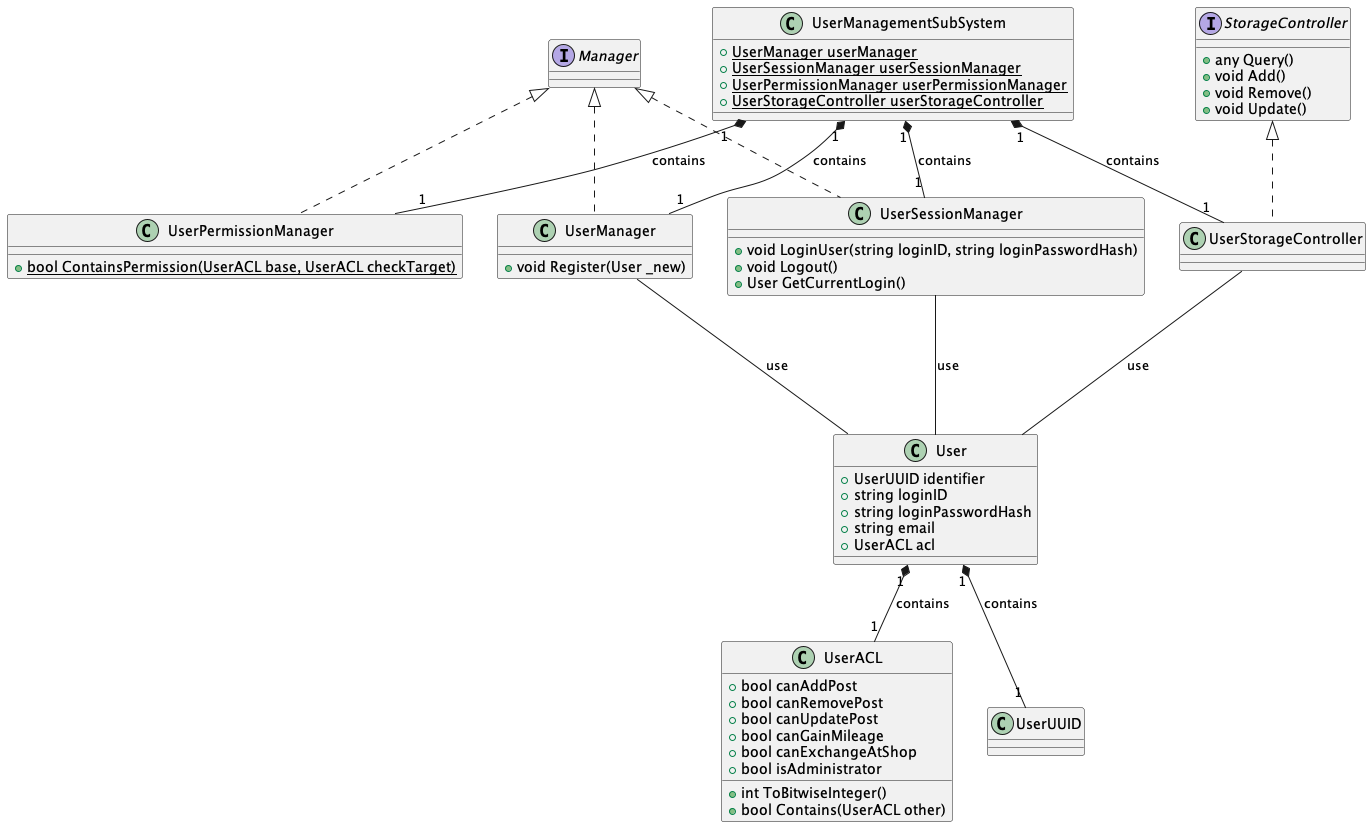
Earlier version of the PlantUML export rendered/UserManagement.png (ShapeLayer/se-lecture-task__project-structure-definitions).
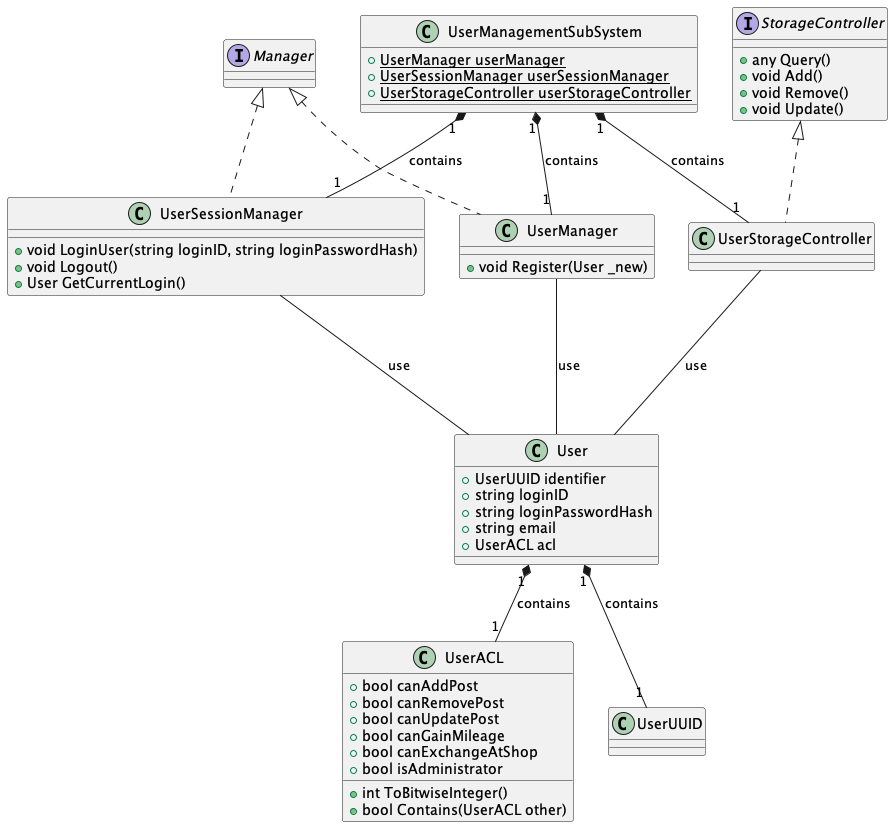
The same file after the commit.

The edit, as a diff of the source:
```diff
@@ -41,10 +41,6 @@
 class UserStorageController implements StorageController {}
 UserStorageController --- User : use
 
-class UserPermissionManager implements Manager {
-    + {static} bool ContainsPermission(UserACL base, UserACL checkTarget)
-}
-
 User "1" *-- "1" UserUUID : contains
 User "1" *-- "1" UserACL : contains
 
@@ -52,12 +48,10 @@
 class UserManagementSubSystem {
     + {static} UserManager userManager
     + {static} UserSessionManager userSessionManager
-    + {static} UserPermissionManager userPermissionManager
     + {static} UserStorageController userStorageController
 }
 
 UserManagementSubSystem "1" *-- "1" UserManager : contains
 UserManagementSubSystem "1" *-- "1" UserSessionManager : contains
 UserManagementSubSystem "1" *-- "1" UserStorageController : contains
-UserManagementSubSystem "1" *-- "1" UserPermissionManager : contains
 @enduml
```
